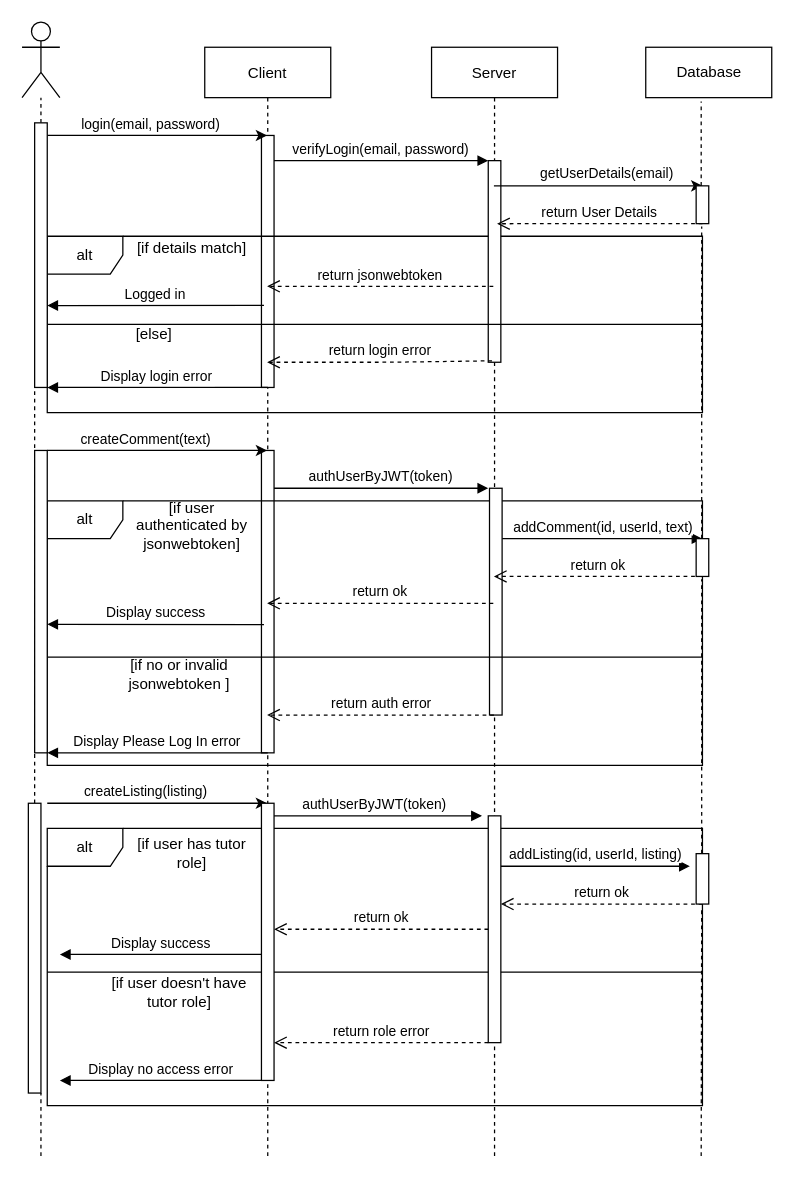
The draw.io diagram PSI_sequence_diagram.drawio in vortex200/tutor-finder-files, before the edit. Source tidied: cells renumbered, new cells numbered last; positions are measured from the earlier drawing's top-left corner, leaving out a move shared by most shapes. Both pictures are drawn from the tidied source at 126%, with x=0, y=0 at pixel (21, 21).
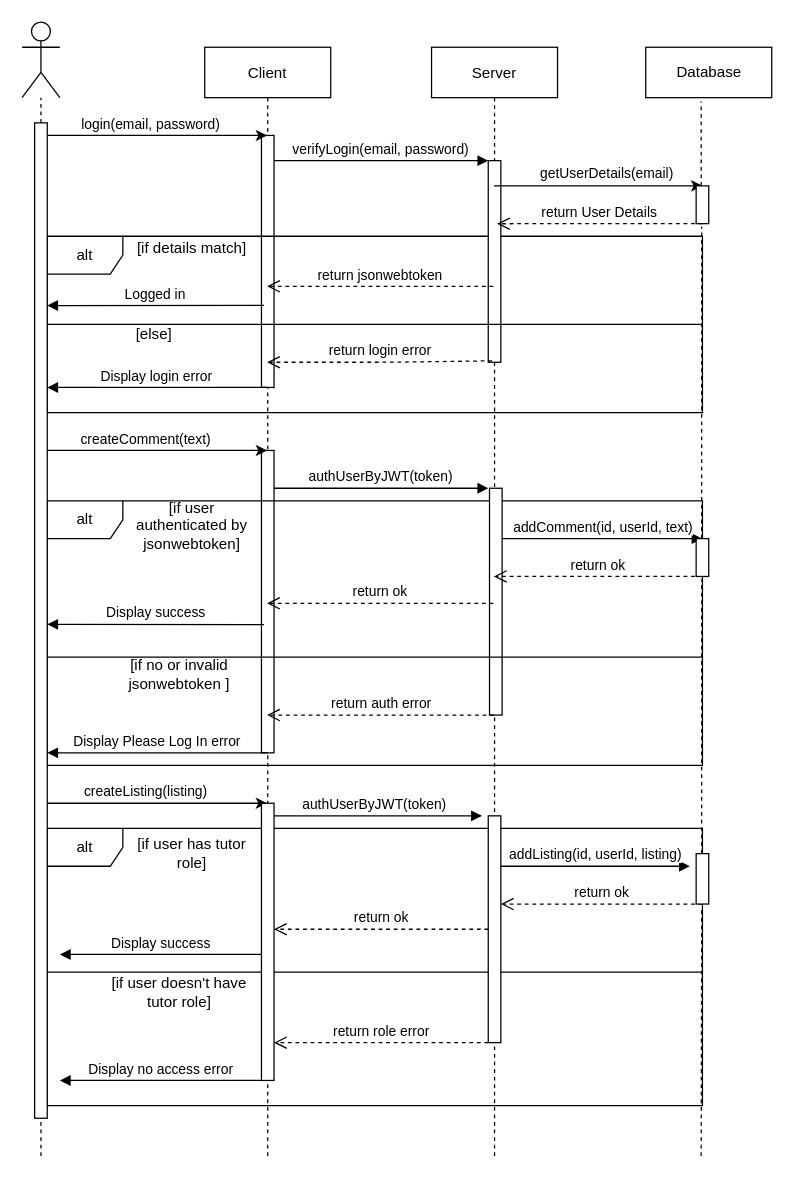
After the change.

Change to the diagram source:
```diff
@@
+    <mxCell id="62" style="endArrow=none;dashed=1;html=1;" parent="1" edge="1">
+      <mxGeometry relative="1" as="geometry">
+        <mxPoint x="15" y="900" as="sourcePoint" />
+        <mxPoint x="15" y="850" as="targetPoint" />
+      </mxGeometry>
+    </mxCell>
@@
     <mxCell id="54" style="html=1;points=[];perimeter=orthogonalPerimeter;" parent="1" vertex="1">
-      <mxGeometry x="10" y="80" width="10" height="210" as="geometry" />
+      <mxGeometry x="10" y="80" width="10" height="790" as="geometry" />
     </mxCell>
-    <mxCell id="55" style="endArrow=none;dashed=1;html=1;" parent="1" edge="1" source="61" target="54">
-      <mxGeometry relative="1" as="geometry" />
+    <mxCell id="55" style="endArrow=none;dashed=1;html=1;" parent="1" edge="1" target="54">
+      <mxGeometry relative="1" as="geometry">
+        <mxPoint x="10" y="620" as="sourcePoint" />
+      </mxGeometry>
     </mxCell>
@@
-    <mxCell id="60" style="html=1;perimeter=orthogonalPerimeter;" parent="1" vertex="1">
-      <mxGeometry x="10" y="340" width="10" height="240" as="geometry" />
-    </mxCell>
-    <mxCell id="61" style="html=1;points=[];perimeter=orthogonalPerimeter;" parent="1" vertex="1">
-      <mxGeometry x="5" y="620" width="10" height="230" as="geometry" />
-    </mxCell>
-    <mxCell id="62" style="endArrow=none;dashed=1;html=1;" parent="1" edge="1" target="61">
-      <mxGeometry relative="1" as="geometry">
-        <mxPoint x="15" y="900" as="sourcePoint" />
-      </mxGeometry>
-    </mxCell>
```
